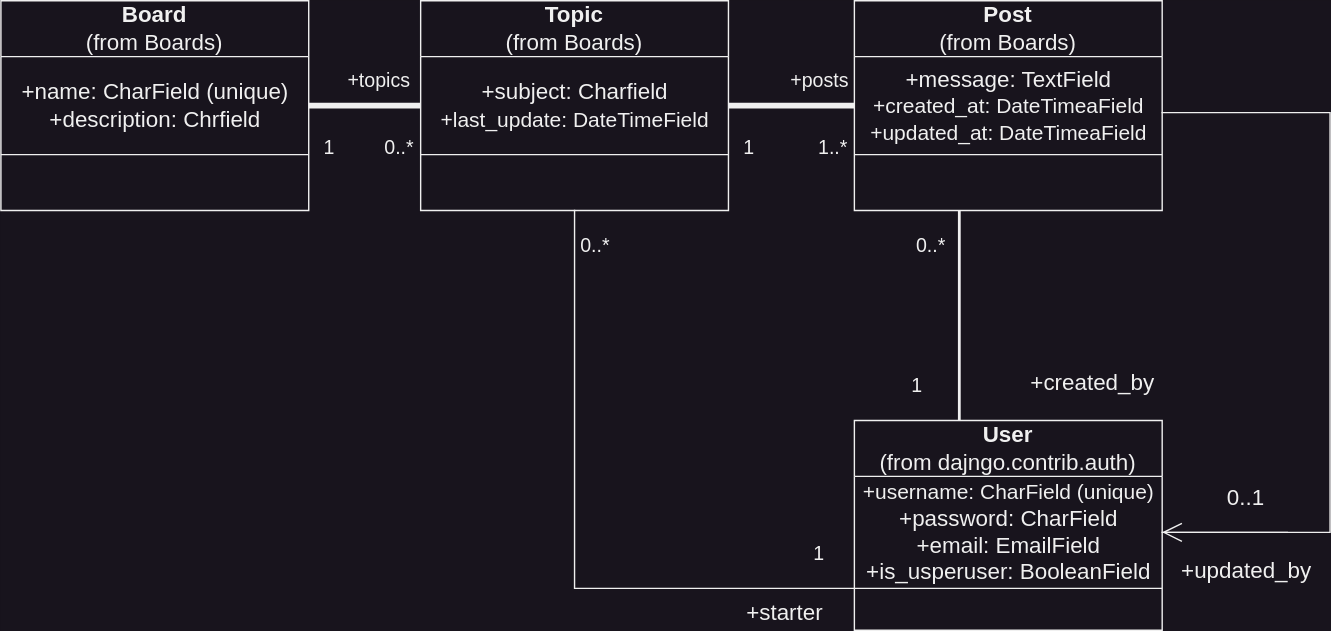
Earlier version of the draw.io export public/images/blog/how-to-create-a-fullstack-application-using-django-and-python-part-6/uml_class_diagram.drawio.svg (interglobalmedia/nextjs-fullstack-blog). Source tidied: cells renumbered, new cells last; positions are measured from the earlier drawing's top-left corner, leaving out a move shared by most shapes.
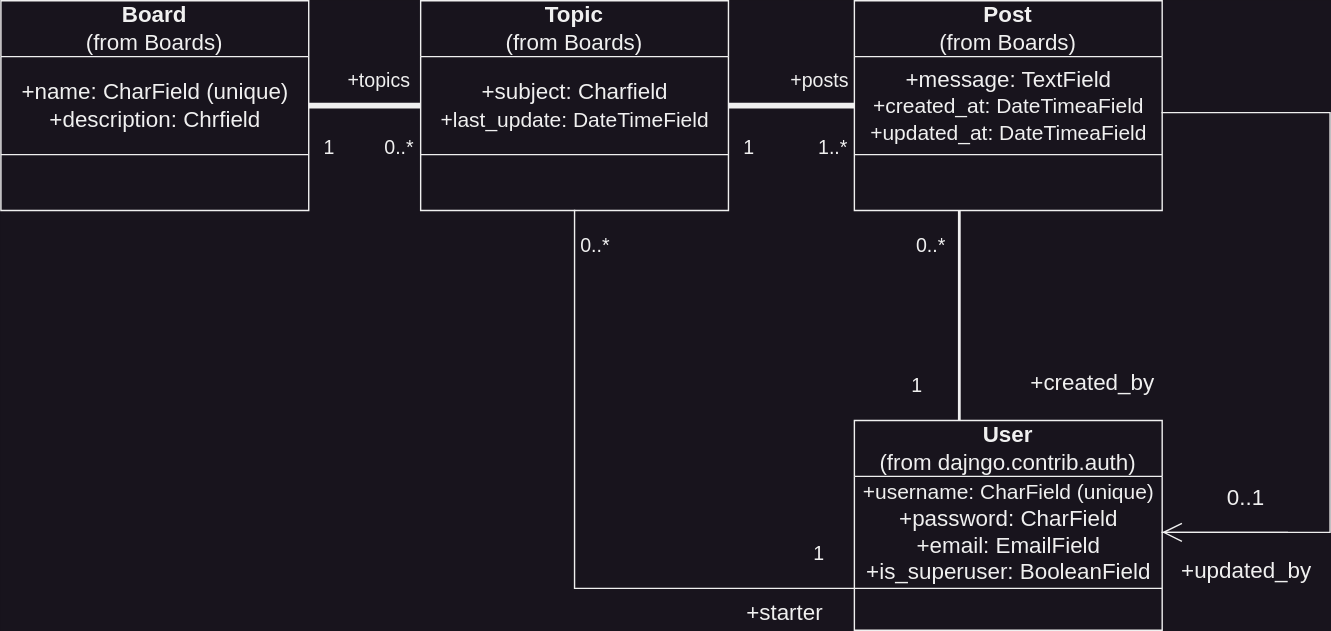
Above is the later version.

The edit, as a diff of the source:
```diff
@@ -50,7 +50,7 @@
         <mxPoint x="220" y="120" as="targetPoint" />
       </mxGeometry>
     </mxCell>
-    <mxCell id="14" value="+username: CharField (unique)&lt;div&gt;&lt;span style=&quot;font-size: 16px;&quot;&gt;+password: CharField&lt;/span&gt;&lt;br&gt;&lt;/div&gt;&lt;div&gt;&lt;span style=&quot;font-size: 16px;&quot;&gt;+email: EmailField&lt;/span&gt;&lt;/div&gt;&lt;div&gt;&lt;span style=&quot;font-size: 16px;&quot;&gt;+is_usperuser: BooleanField&lt;/span&gt;&lt;/div&gt;" style="text;align=center;fontStyle=0;verticalAlign=middle;spacingLeft=3;spacingRight=3;strokeColor=none;html=1;fontSize=15;" parent="12" vertex="1">
+    <mxCell id="14" value="+username: CharField (unique)&lt;div&gt;&lt;span style=&quot;font-size: 16px;&quot;&gt;+password: CharField&lt;/span&gt;&lt;br&gt;&lt;/div&gt;&lt;div&gt;&lt;span style=&quot;font-size: 16px;&quot;&gt;+email: EmailField&lt;/span&gt;&lt;/div&gt;&lt;div&gt;&lt;span style=&quot;font-size: 16px;&quot;&gt;+is_superuser: BooleanField&lt;/span&gt;&lt;/div&gt;" style="text;align=center;fontStyle=0;verticalAlign=middle;spacingLeft=3;spacingRight=3;strokeColor=none;html=1;fontSize=15;" parent="12" vertex="1">
       <mxGeometry x="10" y="50" width="200" height="60" as="geometry" />
     </mxCell>
     <mxCell id="15" style="line;strokeWidth=2;direction=south;html=1;" parent="1" vertex="1">
```
